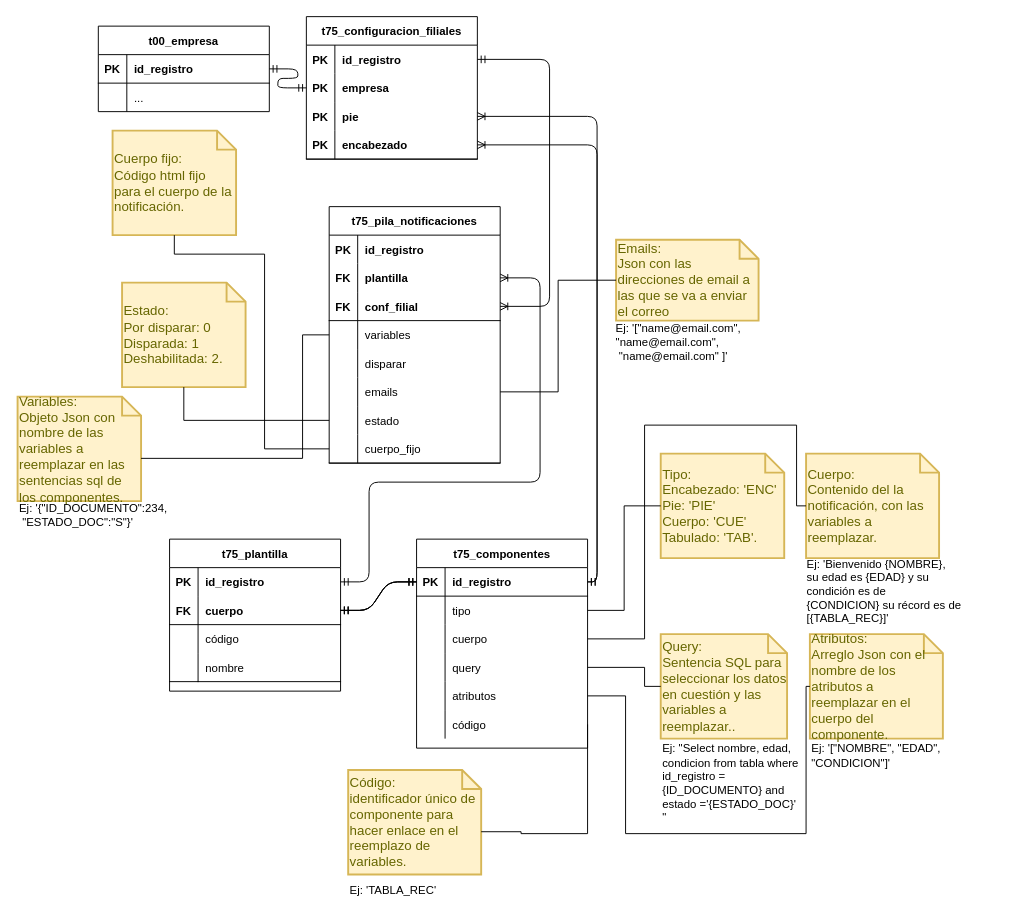
Earlier version of the draw.io diagram notificaciones_email.drawio (NeroAlfonso/draw_docs). Source tidied: cells renumbered, new cells numbered last; positions are measured from the earlier drawing's top-left corner, leaving out a move shared by most shapes. Both pictures are drawn from the tidied source at 95%, with x=0, y=0 at pixel (17, 16).
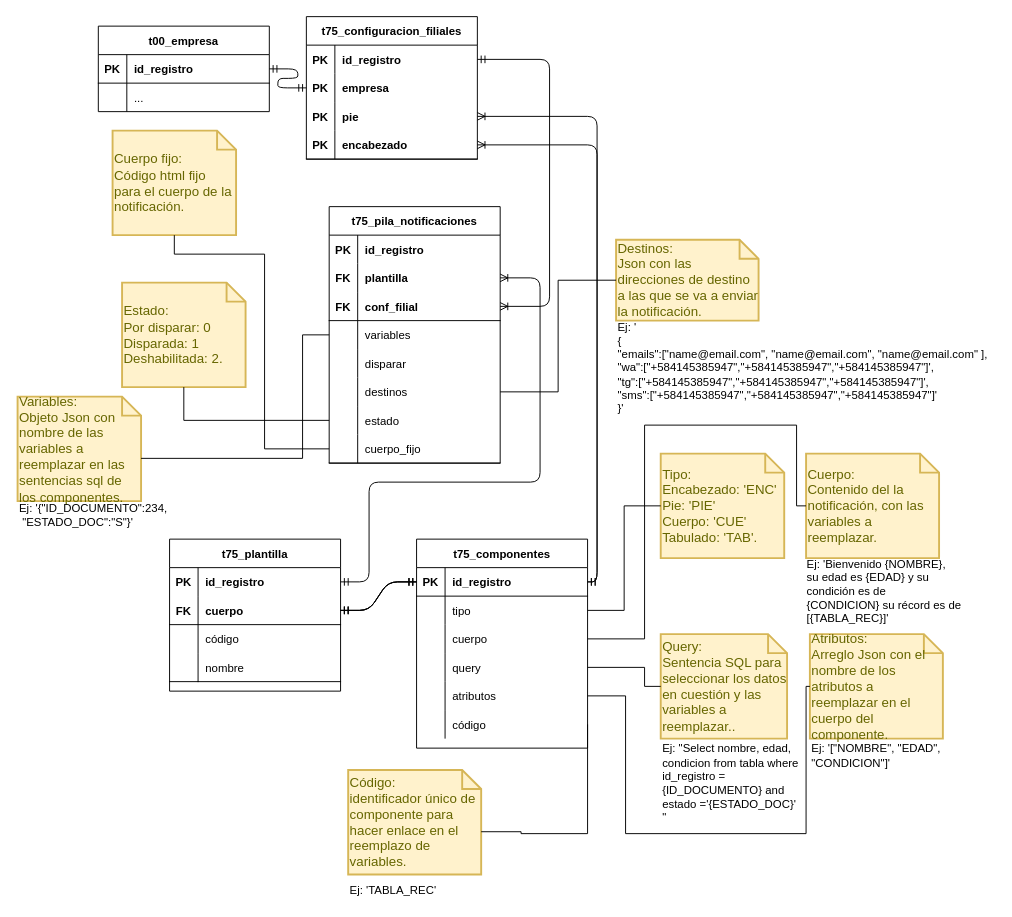
Above is the later version.

Unchanged cells that the change refers to:
```xml
<mxCell id="100" style="shape=partialRectangle;fillColor=none;top=0;left=0;bottom=0;right=0;points=[[0,0.5],[1,0.5]];portConstraint=eastwest;" parent="84" vertex="1">
  <mxGeometry y="180" width="180" height="30" as="geometry" />
</mxCell>
```

Change to the diagram source:
```diff
@@
-    <mxCell id="57" value="Emails:&lt;br&gt;Json con las direcciones de email a las que se va a enviar el correo" style="shape=note;strokeWidth=2;fontSize=14;size=20;whiteSpace=wrap;html=1;fillColor=#fff2cc;strokeColor=#d6b656;fontColor=#666600;align=left;" parent="1" vertex="1">
+    <mxCell id="57" value="Destinos:&lt;br&gt;Json con las direcciones de destino a las que se va a enviar la notificación." style="shape=note;strokeWidth=2;fontSize=14;size=20;whiteSpace=wrap;html=1;fillColor=#fff2cc;strokeColor=#d6b656;fontColor=#666600;align=left;" parent="1" vertex="1">
       <mxGeometry x="630" y="234.9" width="150" height="85.1" as="geometry" />
     </mxCell>
@@
-    <mxCell id="59" value="Ej: '[&quot;name@email.com&quot;, &lt;br&gt;&quot;name@email.com&quot;,&lt;br&gt;&amp;nbsp;&quot;name@email.com&quot;&amp;nbsp;]'" style="text;html=1;align=left;verticalAlign=middle;" parent="1" vertex="1">
-      <mxGeometry x="628" y="318" width="150" height="50" as="geometry" />
+    <mxCell id="59" value="Ej: '&lt;br&gt;{&lt;br&gt;&quot;emails&quot;:[&quot;name@email.com&quot;, &quot;name@email.com&quot;,&amp;nbsp;&quot;name@email.com&quot;&amp;nbsp;],&lt;br&gt;&quot;wa&quot;:[&quot;+584145385947&quot;,&quot;+584145385947&quot;,&quot;+584145385947&quot;]',&lt;br&gt;&quot;tg&quot;:[&quot;+584145385947&quot;,&quot;+584145385947&quot;,&quot;+584145385947&quot;]',&lt;br&gt;&quot;sms&quot;:[&quot;+584145385947&quot;,&quot;+584145385947&quot;,&quot;+584145385947&quot;]'&lt;br&gt;}'" style="text;html=1;align=left;verticalAlign=middle;" parent="1" vertex="1">
+      <mxGeometry x="630" y="320" width="400" height="100" as="geometry" />
     </mxCell>
@@
-    <mxCell id="102" value="emails" style="shape=partialRectangle;fillColor=none;top=0;left=0;bottom=0;right=0;align=left;spacingLeft=6;fontStyle=0;overflow=hidden;" parent="100" vertex="1">
+    <mxCell id="102" value="destinos" style="shape=partialRectangle;fillColor=none;top=0;left=0;bottom=0;right=0;align=left;spacingLeft=6;fontStyle=0;overflow=hidden;" parent="100" vertex="1">
       <mxGeometry x="30" width="150" height="30" as="geometry" />
     </mxCell>
```
